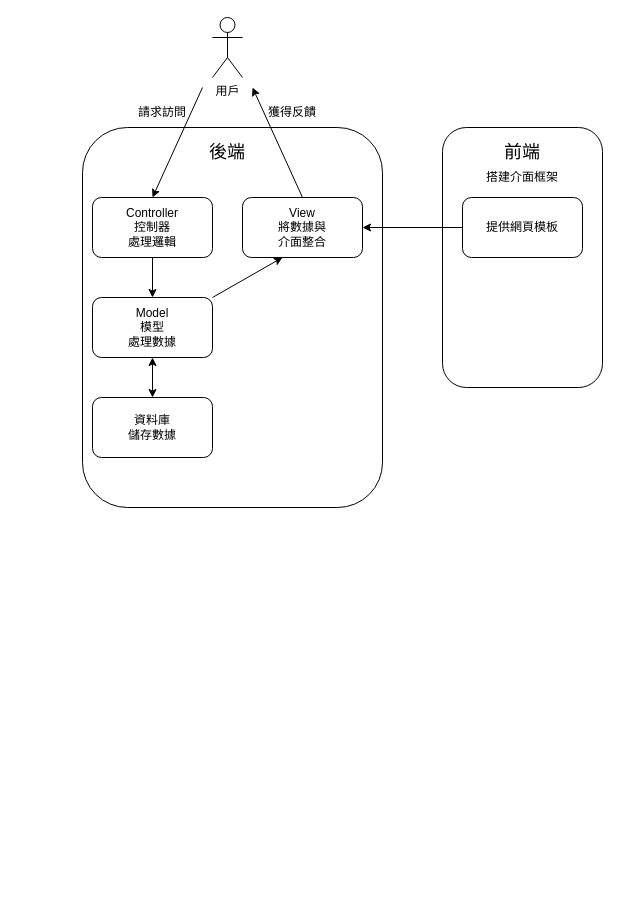
shih33/java_atguigu keeps this draw.io diagram as page "第 4 页" (4 of 4) of 期末報告/網站架構.drawio. Above is the earlier version. Source tidied: cells renumbered, new cells numbered last; positions are measured from the earlier drawing's top-left corner, leaving out a move shared by most shapes. Both pictures are drawn from the tidied source at 100%, with x=0, y=0 at pixel (82, 17).
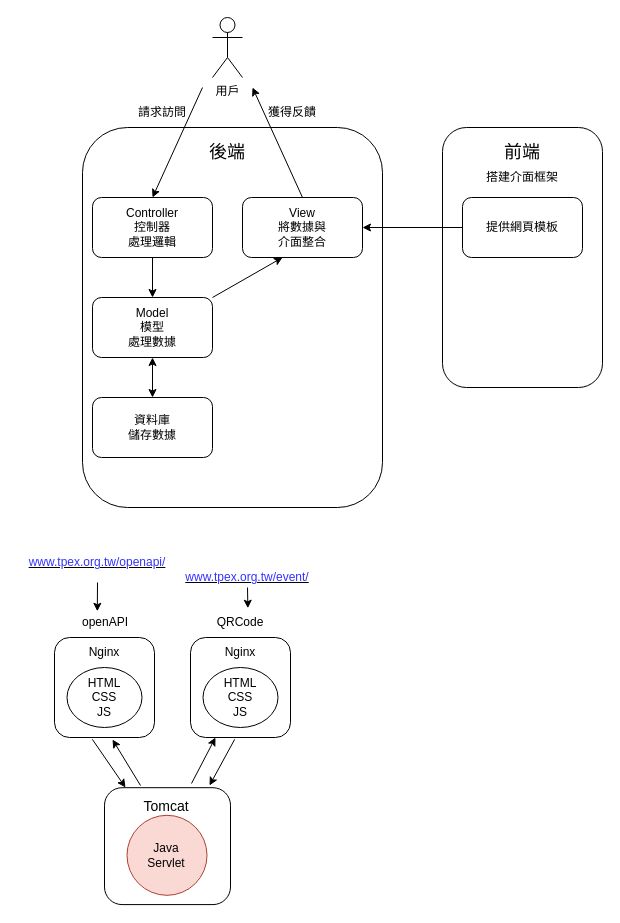
Above is the later version.

The edit, as a diff of the source:
```diff
@@
+    <mxCell id="25" style="rounded=1;whiteSpace=wrap;html=1;" parent="1" vertex="1">
+      <mxGeometry x="-28" y="620" width="100" height="100" as="geometry" />
+    </mxCell>
+    <mxCell id="26" value="openAPI" style="text;html=1;align=center;verticalAlign=middle;whiteSpace=wrap;rounded=0;" parent="1" vertex="1">
+      <mxGeometry x="-40" y="590" width="126" height="30" as="geometry" />
+    </mxCell>
+    <mxCell id="27" value="Nginx" style="text;html=1;align=center;verticalAlign=middle;whiteSpace=wrap;rounded=0;" parent="1" vertex="1">
+      <mxGeometry x="-8" y="620" width="60" height="30" as="geometry" />
+    </mxCell>
+    <mxCell id="28" style="ellipse;whiteSpace=wrap;html=1;" parent="1" vertex="1">
+      <mxGeometry x="-15.5" y="650" width="75" height="60" as="geometry" />
+    </mxCell>
+    <mxCell id="29" value="HTML&lt;div&gt;CSS&lt;/div&gt;&lt;div&gt;JS&lt;/div&gt;" style="text;html=1;align=center;verticalAlign=middle;whiteSpace=wrap;rounded=0;" parent="1" vertex="1">
+      <mxGeometry x="-8" y="655" width="60" height="50" as="geometry" />
+    </mxCell>
+    <mxCell id="30" style="rounded=1;whiteSpace=wrap;html=1;" parent="1" vertex="1">
+      <mxGeometry x="22" y="770.2" width="126" height="116.9" as="geometry" />
+    </mxCell>
+    <mxCell id="31" value="&lt;font style=&quot;font-size: 14px;&quot;&gt;Tomcat&lt;/font&gt;" style="text;html=1;align=center;verticalAlign=middle;whiteSpace=wrap;rounded=0;" parent="1" vertex="1">
+      <mxGeometry x="49.5" y="769" width="68" height="40" as="geometry" />
+    </mxCell>
+    <mxCell id="32" style="ellipse;whiteSpace=wrap;html=1;fillColor=#fad9d5;strokeColor=#ae4132;" parent="1" vertex="1">
+      <mxGeometry x="44.5" y="797.8" width="80" height="80" as="geometry" />
+    </mxCell>
+    <mxCell id="33" value="Java&lt;div&gt;Servlet&lt;/div&gt;" style="text;html=1;align=center;verticalAlign=middle;whiteSpace=wrap;rounded=0;" parent="1" vertex="1">
+      <mxGeometry x="53.5" y="822.8" width="60" height="30" as="geometry" />
+    </mxCell>
+    <mxCell id="34" style="endArrow=classic;html=1;rounded=0;" parent="1" edge="1">
+      <mxGeometry relative="1" as="geometry">
+        <mxPoint x="58" y="768" as="sourcePoint" />
+        <mxPoint x="30" y="722" as="targetPoint" />
+      </mxGeometry>
+    </mxCell>
+    <mxCell id="35" style="endArrow=classic;html=1;rounded=0;exitX=0.378;exitY=1.018;exitDx=0;exitDy=0;exitPerimeter=0;" parent="1" edge="1" source="25">
+      <mxGeometry relative="1" as="geometry">
+        <mxPoint x="43" y="770" as="targetPoint" />
+      </mxGeometry>
+    </mxCell>
+    <mxCell id="36" style="rounded=1;whiteSpace=wrap;html=1;" parent="1" vertex="1">
+      <mxGeometry x="108" y="620" width="100" height="100" as="geometry" />
+    </mxCell>
+    <mxCell id="37" value="Nginx" style="text;html=1;align=center;verticalAlign=middle;whiteSpace=wrap;rounded=0;" parent="1" vertex="1">
+      <mxGeometry x="128" y="620" width="60" height="30" as="geometry" />
+    </mxCell>
+    <mxCell id="38" style="ellipse;whiteSpace=wrap;html=1;" parent="1" vertex="1">
+      <mxGeometry x="120.5" y="650" width="75" height="60" as="geometry" />
+    </mxCell>
+    <mxCell id="39" value="HTML&lt;div&gt;CSS&lt;/div&gt;&lt;div&gt;JS&lt;/div&gt;" style="text;html=1;align=center;verticalAlign=middle;whiteSpace=wrap;rounded=0;" parent="1" vertex="1">
+      <mxGeometry x="128" y="655" width="60" height="50" as="geometry" />
+    </mxCell>
+    <mxCell id="40" value="QRCode" style="text;html=1;align=center;verticalAlign=middle;whiteSpace=wrap;rounded=0;" parent="1" vertex="1">
+      <mxGeometry x="128" y="590" width="60" height="30" as="geometry" />
+    </mxCell>
+    <mxCell id="41" style="endArrow=classic;html=1;rounded=0;entryX=0.25;entryY=1;entryDx=0;entryDy=0;" parent="1" edge="1" target="36">
+      <mxGeometry relative="1" as="geometry">
+        <mxPoint x="109" y="766" as="sourcePoint" />
+      </mxGeometry>
+    </mxCell>
+    <mxCell id="42" style="endArrow=classic;html=1;rounded=0;exitX=0.442;exitY=1.018;exitDx=0;exitDy=0;exitPerimeter=0;" parent="1" edge="1" source="36">
+      <mxGeometry relative="1" as="geometry">
+        <mxPoint x="127" y="768" as="targetPoint" />
+      </mxGeometry>
+    </mxCell>
+    <mxCell id="43" value="&lt;u&gt;&lt;font color=&quot;#3333ff&quot;&gt;www.tpex.org.tw/openapi/&lt;/font&gt;&lt;/u&gt;" style="text;html=1;align=center;verticalAlign=middle;whiteSpace=wrap;rounded=0;" parent="1" vertex="1">
+      <mxGeometry x="-65" y="525" width="160" height="40" as="geometry" />
+    </mxCell>
+    <mxCell id="44" value="&lt;u&gt;&lt;font color=&quot;#3333ff&quot;&gt;&lt;span style=&quot;background-color: initial;&quot;&gt;www.tpex.org.tw/&lt;/span&gt;event/&lt;/font&gt;&lt;/u&gt;" style="text;html=1;align=center;verticalAlign=middle;whiteSpace=wrap;rounded=0;" parent="1" vertex="1">
+      <mxGeometry x="95" y="545" width="140" height="30" as="geometry" />
+    </mxCell>
+    <mxCell id="45" style="endArrow=classic;html=1;rounded=0;entryX=0.435;entryY=0.125;entryDx=0;entryDy=0;entryPerimeter=0;exitX=0.5;exitY=1;exitDx=0;exitDy=0;" parent="1" edge="1" source="43" target="26">
+      <mxGeometry relative="1" as="geometry" />
+    </mxCell>
+    <mxCell id="46" style="endArrow=classic;html=1;rounded=0;entryX=0.623;entryY=0.024;entryDx=0;entryDy=0;entryPerimeter=0;" parent="1" edge="1" target="40">
+      <mxGeometry relative="1" as="geometry">
+        <mxPoint x="165" y="570" as="sourcePoint" />
+      </mxGeometry>
+    </mxCell>
```
